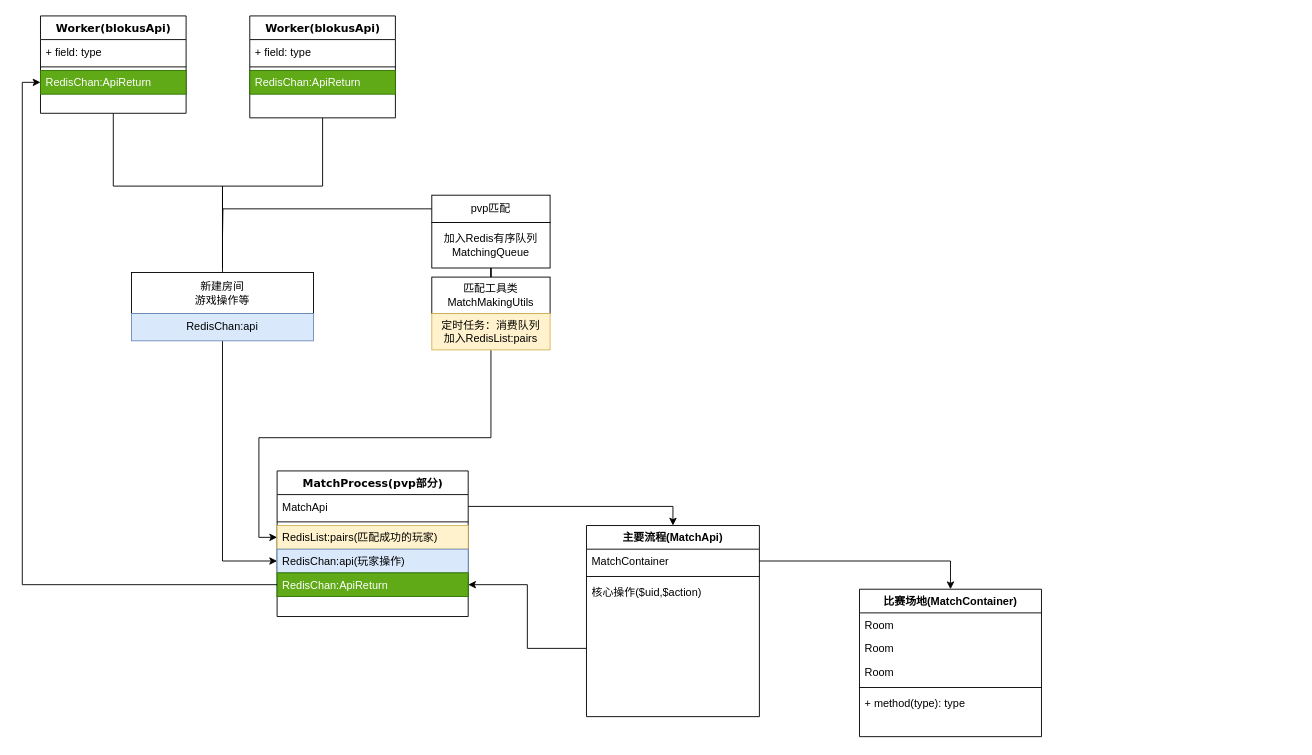
Earlier version of the draw.io diagram Untitled Diagram.drawio (GraciousVertex32/test). Source tidied: cells renumbered, new cells numbered last; positions are measured from the earlier drawing's top-left corner, leaving out a move shared by most shapes. Both pictures are drawn from the tidied source at 91%, with x=0, y=0 at pixel (40, 15).
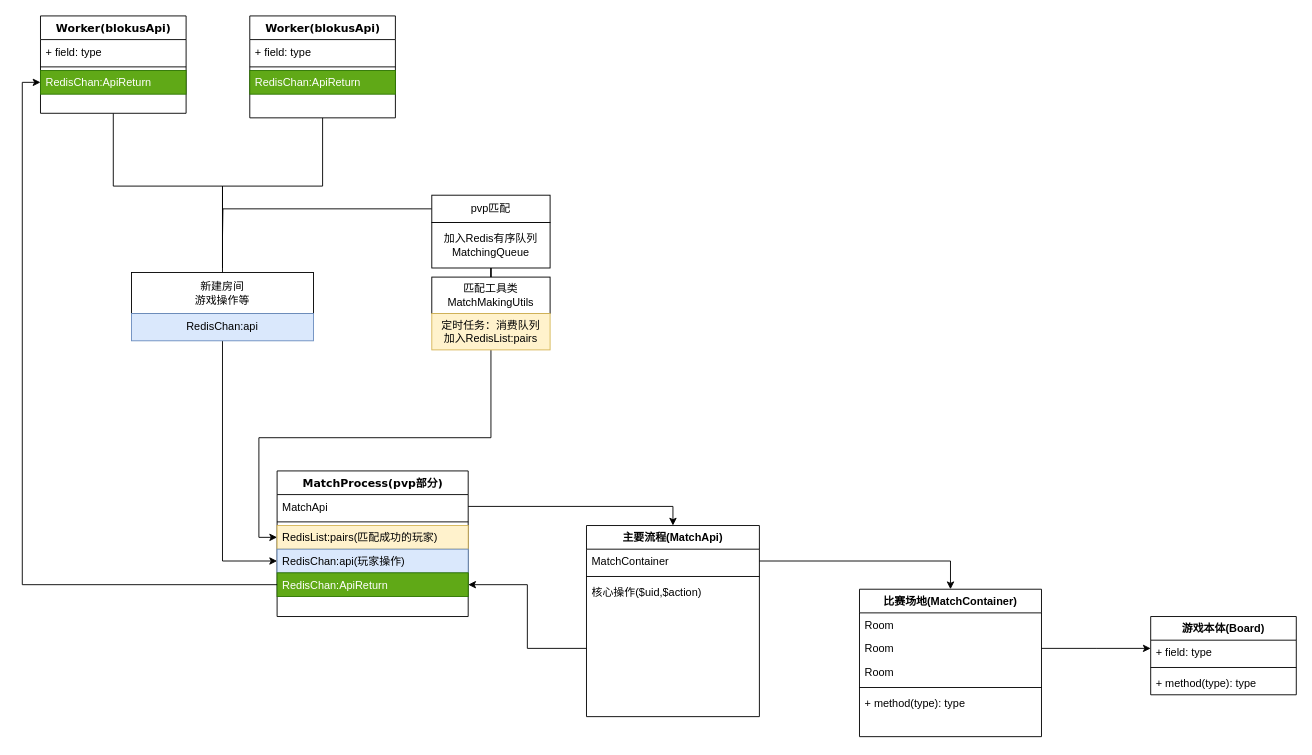
The same diagram, later.

Unchanged cells that the change refers to:
```xml
<mxCell id="34" value="Room" style="text;strokeColor=none;fillColor=none;align=left;verticalAlign=top;spacingLeft=4;spacingRight=4;overflow=hidden;points=[[0,0.5],[1,0.5]];portConstraint=eastwest;" parent="32" vertex="1">
  <mxGeometry y="52" width="200" height="26" as="geometry" />
</mxCell>
```

Change to the diagram source:
```diff
@@
+    <mxCell id="42" style="edgeStyle=orthogonalEdgeStyle;rounded=0;jettySize=auto;html=1;" parent="1" edge="1" source="34">
+      <mxGeometry relative="1" as="geometry">
+        <mxPoint x="1220" y="695" as="targetPoint" />
+      </mxGeometry>
+    </mxCell>
+    <mxCell id="43" value="游戏本体(Board)" style="swimlane;fontStyle=1;align=center;verticalAlign=top;horizontal=1;startSize=26;" parent="1" vertex="1">
+      <mxGeometry x="1220" y="660" width="160" height="86" as="geometry" />
+    </mxCell>
+    <mxCell id="44" value="+ field: type" style="text;strokeColor=none;fillColor=none;align=left;verticalAlign=top;spacingLeft=4;spacingRight=4;overflow=hidden;" parent="43" vertex="1">
+      <mxGeometry y="26" width="160" height="26" as="geometry" />
+    </mxCell>
+    <mxCell id="45" style="line;strokeWidth=1;fillColor=none;align=left;verticalAlign=middle;spacingTop=-1;spacingLeft=3;spacingRight=3;labelPosition=right;" parent="43" vertex="1">
+      <mxGeometry y="52" width="160" height="8" as="geometry" />
+    </mxCell>
+    <mxCell id="46" value="+ method(type): type" style="text;strokeColor=none;fillColor=none;align=left;verticalAlign=top;spacingLeft=4;spacingRight=4;overflow=hidden;" parent="43" vertex="1">
+      <mxGeometry y="60" width="160" height="26" as="geometry" />
+    </mxCell>
```
